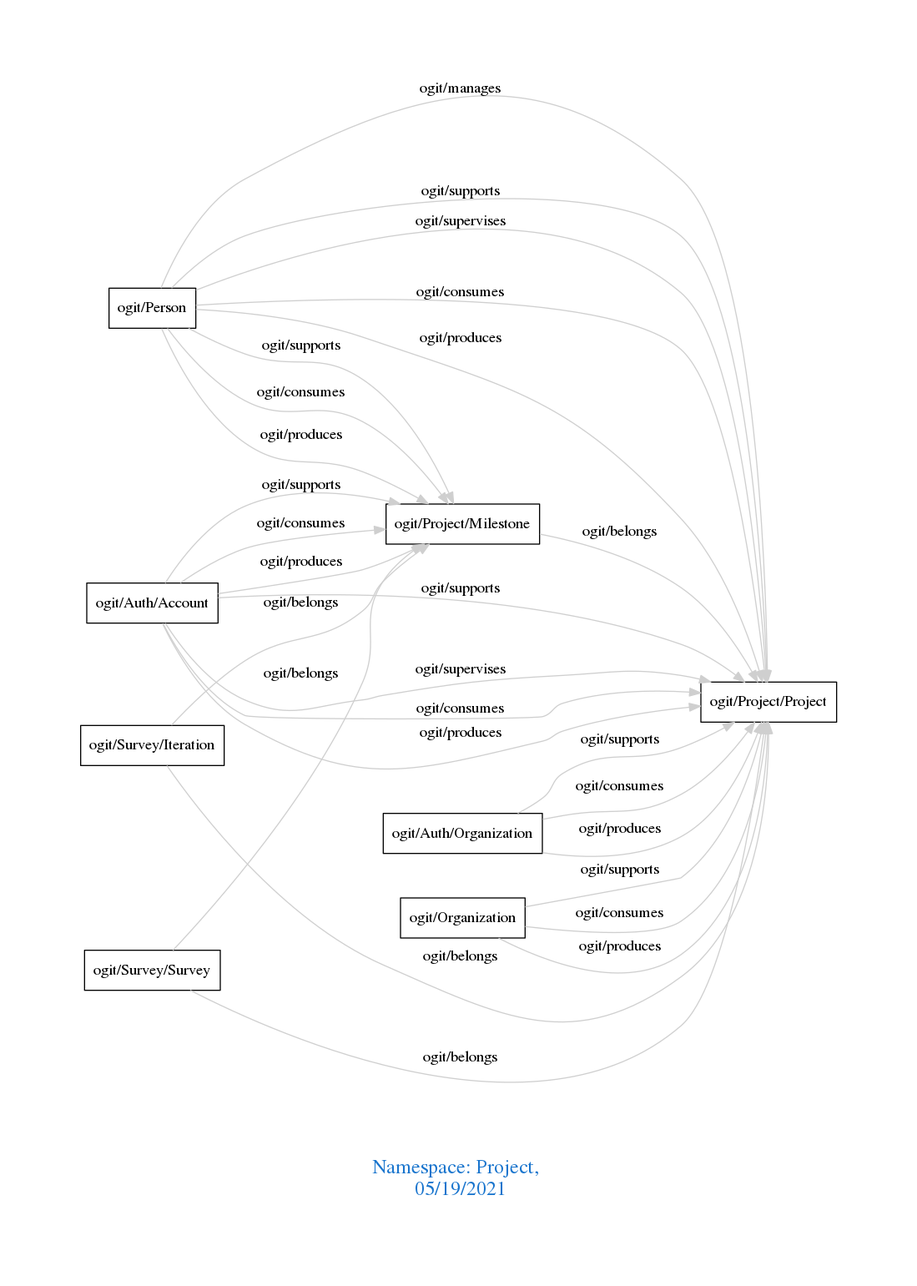
The Graphviz diagram downloads/Project.png in arago/OGIT, before a commit. Its source is kept beside it as downloads/Project.dot.
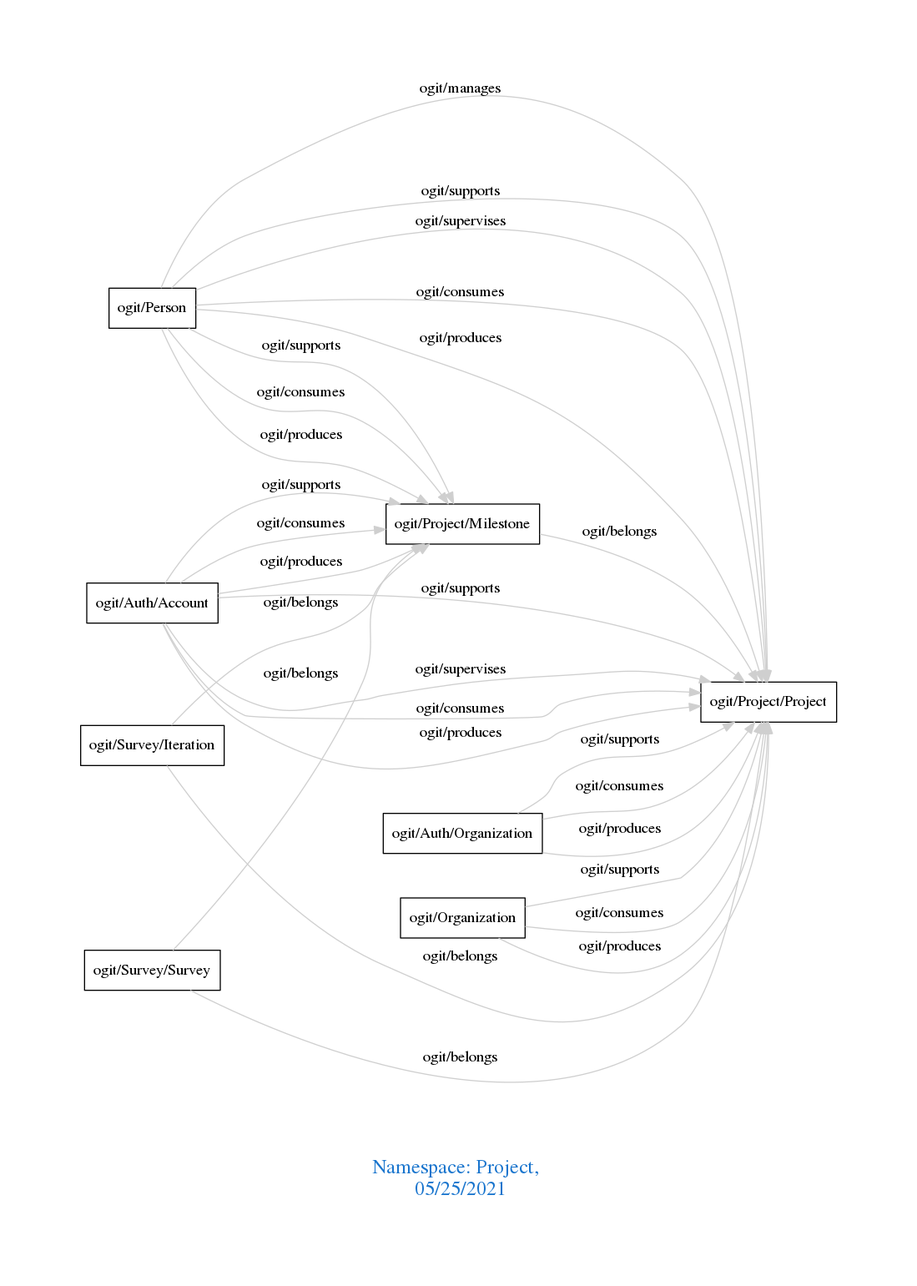
The same file after the commit.

Diff of the diagram source:
```diff
@@ -1,7 +1,7 @@
 digraph OGIT_ontology {
  graph [ rankdir= LR,pad=1
 fontsize = 18,
-fontcolor= dodgerblue3,label = "\n\n\nNamespace: Project, \n 05/19/2021"];
+fontcolor= dodgerblue3,label = "\n\n\nNamespace: Project, \n 05/25/2021"];
 node[shape=polygon];
 edge [  color="gray81"];
 
```
